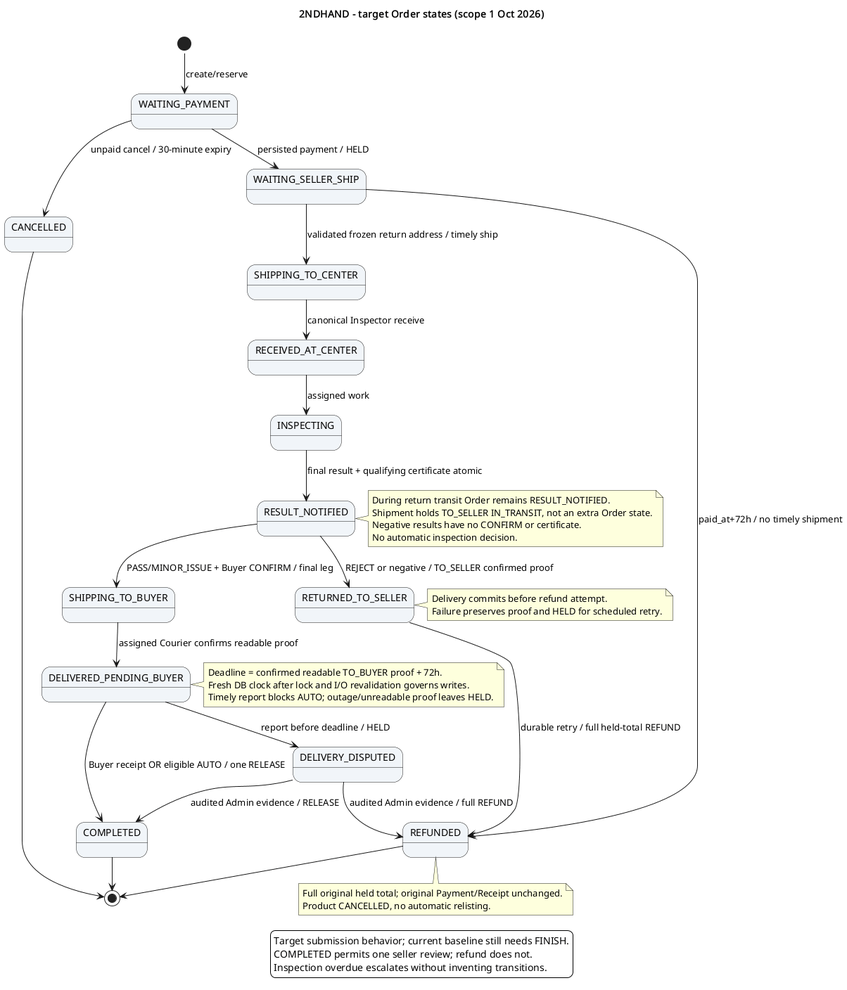
This is doc/submission-2026-10-08/diagrams/rendered/order-state.png from naithammarak/secondhand-marketplace-android-app, a PlantUML export, as it was before one commit. Source of this version:
```plantuml
@startuml
!pragma layout smetana
title 2NDHAND - target Order states (scope 1 Oct 2026)
skinparam defaultFontName SansSerif
skinparam backgroundColor #FFFFFF
skinparam shadowing false
skinparam stateBackgroundColor #F1F5F9

[*] --> WAITING_PAYMENT : create/reserve
WAITING_PAYMENT --> CANCELLED : unpaid cancel / 30-minute expiry
WAITING_PAYMENT --> WAITING_SELLER_SHIP : persisted payment / HELD
WAITING_SELLER_SHIP --> REFUNDED : paid_at+72h / no timely shipment
WAITING_SELLER_SHIP --> SHIPPING_TO_CENTER : validated frozen return address / timely ship
SHIPPING_TO_CENTER --> RECEIVED_AT_CENTER : canonical Inspector receive
RECEIVED_AT_CENTER --> INSPECTING : assigned work
INSPECTING --> RESULT_NOTIFIED : final result + qualifying certificate atomic
RESULT_NOTIFIED --> SHIPPING_TO_BUYER : PASS/MINOR_ISSUE + Buyer CONFIRM / final leg
RESULT_NOTIFIED --> RETURNED_TO_SELLER : REJECT or negative / TO_SELLER confirmed proof
SHIPPING_TO_BUYER --> DELIVERED_PENDING_BUYER : assigned Courier confirms readable proof
DELIVERED_PENDING_BUYER --> COMPLETED : Buyer receipt OR eligible AUTO / one RELEASE
DELIVERED_PENDING_BUYER --> DELIVERY_DISPUTED : report before deadline / HELD
DELIVERY_DISPUTED --> COMPLETED : audited Admin evidence / RELEASE
DELIVERY_DISPUTED --> REFUNDED : audited Admin evidence / full REFUND
RETURNED_TO_SELLER --> REFUNDED : durable retry / full held-total REFUND
CANCELLED --> [*]
COMPLETED --> [*]
REFUNDED --> [*]

note right of RESULT_NOTIFIED
  During return transit Order remains RESULT_NOTIFIED.
  Shipment holds TO_SELLER IN_TRANSIT, not an extra Order state.
  Negative results have no CONFIRM or certificate.
  No automatic inspection decision.
end note
note right of DELIVERED_PENDING_BUYER
  Deadline = confirmed readable TO_BUYER proof + 72h.
  Fresh DB clock after lock and I/O revalidation governs writes.
  Timely report blocks AUTO; outage/unreadable proof leaves HELD.
end note
note right of RETURNED_TO_SELLER
  Delivery commits before refund attempt.
  Failure preserves proof and HELD for scheduled retry.
end note
note bottom of REFUNDED
  Full original held total; original Payment/Receipt unchanged.
  Product CANCELLED, no automatic relisting.
end note
legend bottom
  Target submission behavior; current baseline still needs FINISH.
  COMPLETED permits one seller review; refund does not.
  Inspection overdue escalates without inventing transitions.
endlegend
@enduml
```
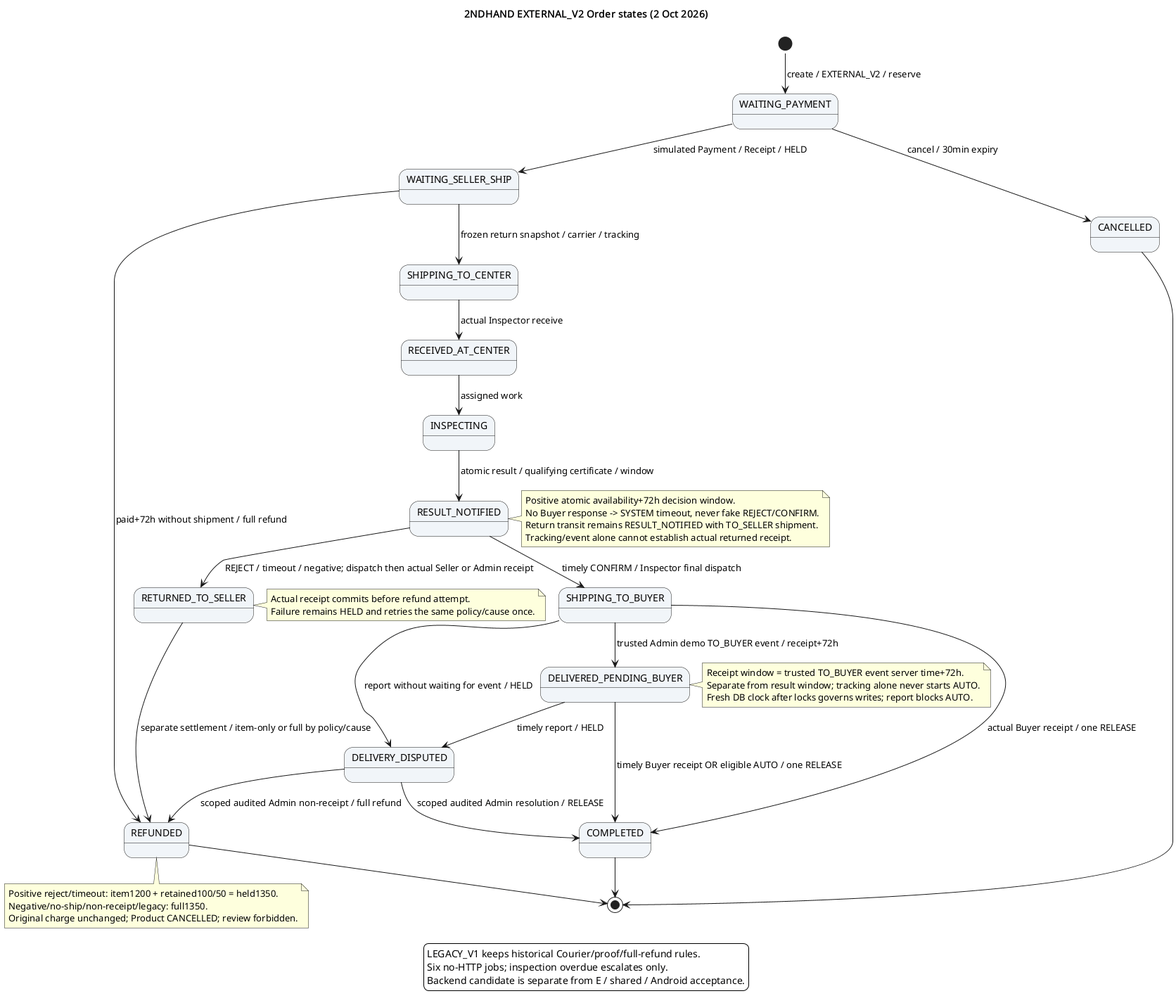
After the commit.

What changed in the source:
```diff
@@ -1,53 +1,54 @@
 @startuml
 !pragma layout smetana
-title 2NDHAND - target Order states (scope 1 Oct 2026)
+title 2NDHAND EXTERNAL_V2 Order states (2 Oct 2026)
 skinparam defaultFontName SansSerif
 skinparam backgroundColor #FFFFFF
 skinparam shadowing false
 skinparam stateBackgroundColor #F1F5F9
-
-[*] --> WAITING_PAYMENT : create/reserve
-WAITING_PAYMENT --> CANCELLED : unpaid cancel / 30-minute expiry
-WAITING_PAYMENT --> WAITING_SELLER_SHIP : persisted payment / HELD
-WAITING_SELLER_SHIP --> REFUNDED : paid_at+72h / no timely shipment
-WAITING_SELLER_SHIP --> SHIPPING_TO_CENTER : validated frozen return address / timely ship
-SHIPPING_TO_CENTER --> RECEIVED_AT_CENTER : canonical Inspector receive
+[*] --> WAITING_PAYMENT : create / EXTERNAL_V2 / reserve
+WAITING_PAYMENT --> CANCELLED : cancel / 30min expiry
+WAITING_PAYMENT --> WAITING_SELLER_SHIP : simulated Payment / Receipt / HELD
+WAITING_SELLER_SHIP --> REFUNDED : paid+72h without shipment / full refund
+WAITING_SELLER_SHIP --> SHIPPING_TO_CENTER : frozen return snapshot / carrier / tracking
+SHIPPING_TO_CENTER --> RECEIVED_AT_CENTER : actual Inspector receive
 RECEIVED_AT_CENTER --> INSPECTING : assigned work
-INSPECTING --> RESULT_NOTIFIED : final result + qualifying certificate atomic
-RESULT_NOTIFIED --> SHIPPING_TO_BUYER : PASS/MINOR_ISSUE + Buyer CONFIRM / final leg
-RESULT_NOTIFIED --> RETURNED_TO_SELLER : REJECT or negative / TO_SELLER confirmed proof
-SHIPPING_TO_BUYER --> DELIVERED_PENDING_BUYER : assigned Courier confirms readable proof
-DELIVERED_PENDING_BUYER --> COMPLETED : Buyer receipt OR eligible AUTO / one RELEASE
-DELIVERED_PENDING_BUYER --> DELIVERY_DISPUTED : report before deadline / HELD
-DELIVERY_DISPUTED --> COMPLETED : audited Admin evidence / RELEASE
-DELIVERY_DISPUTED --> REFUNDED : audited Admin evidence / full REFUND
-RETURNED_TO_SELLER --> REFUNDED : durable retry / full held-total REFUND
+INSPECTING --> RESULT_NOTIFIED : atomic result / qualifying certificate / window
+RESULT_NOTIFIED --> SHIPPING_TO_BUYER : timely CONFIRM / Inspector final dispatch
+RESULT_NOTIFIED --> RETURNED_TO_SELLER : REJECT / timeout / negative; dispatch then actual Seller or Admin receipt
+SHIPPING_TO_BUYER --> DELIVERED_PENDING_BUYER : trusted Admin demo TO_BUYER event / receipt+72h
+SHIPPING_TO_BUYER --> COMPLETED : actual Buyer receipt / one RELEASE
+SHIPPING_TO_BUYER --> DELIVERY_DISPUTED : report without waiting for event / HELD
+DELIVERED_PENDING_BUYER --> COMPLETED : timely Buyer receipt OR eligible AUTO / one RELEASE
+DELIVERED_PENDING_BUYER --> DELIVERY_DISPUTED : timely report / HELD
+DELIVERY_DISPUTED --> COMPLETED : scoped audited Admin resolution / RELEASE
+DELIVERY_DISPUTED --> REFUNDED : scoped audited Admin non-receipt / full refund
+RETURNED_TO_SELLER --> REFUNDED : separate settlement / item-only or full by policy/cause
 CANCELLED --> [*]
 COMPLETED --> [*]
 REFUNDED --> [*]
-
 note right of RESULT_NOTIFIED
-  During return transit Order remains RESULT_NOTIFIED.
-  Shipment holds TO_SELLER IN_TRANSIT, not an extra Order state.
-  Negative results have no CONFIRM or certificate.
-  No automatic inspection decision.
+  Positive atomic availability+72h decision window.
+  No Buyer response -> SYSTEM timeout, never fake REJECT/CONFIRM.
+  Return transit remains RESULT_NOTIFIED with TO_SELLER shipment.
+  Tracking/event alone cannot establish actual returned receipt.
 end note
 note right of DELIVERED_PENDING_BUYER
-  Deadline = confirmed readable TO_BUYER proof + 72h.
-  Fresh DB clock after lock and I/O revalidation governs writes.
-  Timely report blocks AUTO; outage/unreadable proof leaves HELD.
+  Receipt window = trusted TO_BUYER event server time+72h.
+  Separate from result window; tracking alone never starts AUTO.
+  Fresh DB clock after locks governs writes; report blocks AUTO.
 end note
 note right of RETURNED_TO_SELLER
-  Delivery commits before refund attempt.
-  Failure preserves proof and HELD for scheduled retry.
+  Actual receipt commits before refund attempt.
+  Failure remains HELD and retries the same policy/cause once.
 end note
 note bottom of REFUNDED
-  Full original held total; original Payment/Receipt unchanged.
-  Product CANCELLED, no automatic relisting.
+  Positive reject/timeout: item1200 + retained100/50 = held1350.
+  Negative/no-ship/non-receipt/legacy: full1350.
+  Original charge unchanged; Product CANCELLED; review forbidden.
 end note
 legend bottom
-  Target submission behavior; current baseline still needs FINISH.
-  COMPLETED permits one seller review; refund does not.
-  Inspection overdue escalates without inventing transitions.
+  LEGACY_V1 keeps historical Courier/proof/full-refund rules.
+  Six no-HTTP jobs; inspection overdue escalates only.
+  Backend candidate is separate from E / shared / Android acceptance.
 endlegend
 @enduml
```
